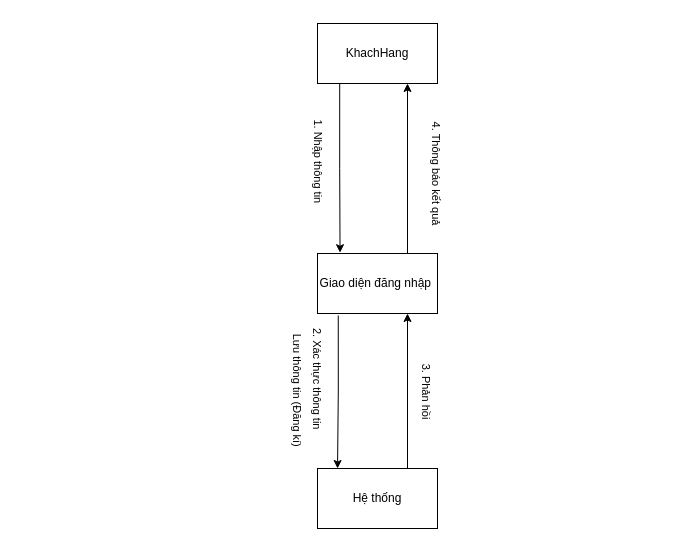
Above: collaboration_QLKH.drawio in Laurizine/Software_Tecnology (draw.io), before the change. Source tidied: cells renumbered, new cells numbered last; positions are measured from the earlier drawing's top-left corner, leaving out a move shared by most shapes. Both pictures are drawn from the tidied source at 100%, with x=0, y=0 at pixel (317, 23).
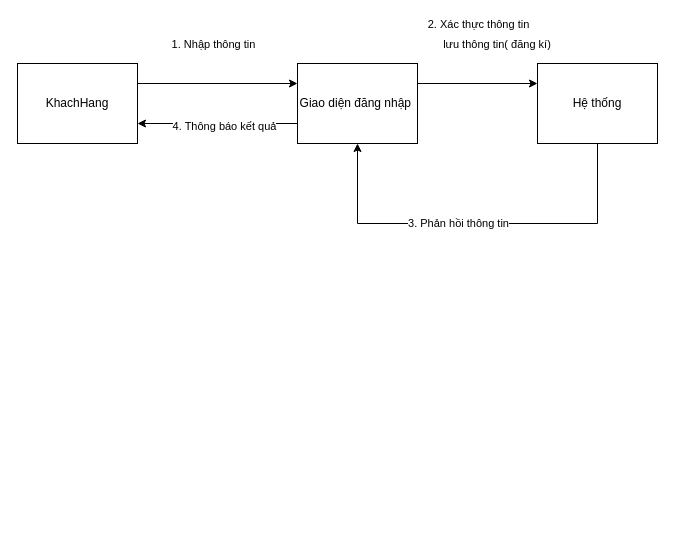
After the change.

Commit message:
Cập nhật collaboration_QLKH.drawio

Change to the diagram source:
```diff
@@
 <mxGraphModel>
   <root>
     <mxCell id="0" />
     <mxCell id="1" parent="0" />
-    <mxCell id="2" style="edgeStyle=orthogonalEdgeStyle;rounded=0;jettySize=auto;html=1;exitX=0.185;exitY=1;exitDx=0;exitDy=0;exitPerimeter=0;entryX=0.188;entryY=-0.013;entryDx=0;entryDy=0;entryPerimeter=0;" parent="1" edge="1" source="4" target="7">
+    <mxCell id="2" style="edgeStyle=orthogonalEdgeStyle;rounded=0;jettySize=auto;html=1;exitX=1;exitY=0.25;exitDx=0;exitDy=0;entryX=0;entryY=0.25;entryDx=0;entryDy=0;" parent="1" edge="1" source="4" target="7">
       <mxGeometry relative="1" as="geometry" />
     </mxCell>
-    <mxCell id="3" value="1. Nhập thông tin" style="edgeLabel;html=1;align=center;verticalAlign=middle;rotation=90;" parent="2" vertex="1">
-      <mxGeometry x="-0.17" y="-1" relative="1" as="geometry">
-        <mxPoint x="-19" y="7" as="offset" />
+    <mxCell id="3" value="1. Nhập thông tin" style="edgeLabel;html=1;align=center;verticalAlign=middle;" parent="2" vertex="1">
+      <mxGeometry x="-0.24" relative="1" as="geometry">
+        <mxPoint x="14" y="-40" as="offset" />
       </mxGeometry>
     </mxCell>
     <mxCell id="4" value="KhachHang" style="rounded=0;whiteSpace=wrap;html=1;" parent="1" vertex="1">
-      <mxGeometry width="120" height="60" as="geometry" />
+      <mxGeometry x="-300" y="40" width="120" height="80" as="geometry" />
     </mxCell>
+    <mxCell id="11" style="edgeStyle=orthogonalEdgeStyle;rounded=0;jettySize=auto;html=1;entryX=0;entryY=0.25;entryDx=0;entryDy=0;exitX=1;exitY=0.25;exitDx=0;exitDy=0;" parent="1" edge="1" source="7" target="10">
+      <mxGeometry relative="1" as="geometry" />
+    </mxCell>
+    <mxCell id="12" value="2. Xác thực thông tin" style="edgeLabel;html=1;align=center;verticalAlign=middle;" parent="11" vertex="1">
+      <mxGeometry x="-0.2" y="-3" relative="1" as="geometry">
+        <mxPoint x="12" y="-63" as="offset" />
+      </mxGeometry>
+    </mxCell>
+    <mxCell id="14" value="lưu thông tin( đăng kí)&amp;nbsp;" style="edgeLabel;html=1;align=center;verticalAlign=middle;" parent="11" vertex="1">
+      <mxGeometry x="0.26" y="2" relative="1" as="geometry">
+        <mxPoint x="4" y="-38" as="offset" />
+      </mxGeometry>
+    </mxCell>
-    <mxCell id="5" style="edgeStyle=orthogonalEdgeStyle;rounded=0;jettySize=auto;html=1;entryX=0.75;entryY=1;entryDx=0;entryDy=0;exitX=0.75;exitY=0;exitDx=0;exitDy=0;" parent="1" edge="1" source="7" target="4">
+    <mxCell id="5" style="edgeStyle=orthogonalEdgeStyle;rounded=0;jettySize=auto;html=1;entryX=1;entryY=0.75;entryDx=0;entryDy=0;exitX=0;exitY=0.75;exitDx=0;exitDy=0;" parent="1" edge="1" source="7" target="4">
       <mxGeometry relative="1" as="geometry" />
     </mxCell>
-    <mxCell id="6" value="4. Thông báo kết quả" style="edgeLabel;html=1;align=center;verticalAlign=middle;rotation=90;" parent="5" vertex="1">
-      <mxGeometry x="-0.15" relative="1" as="geometry">
-        <mxPoint x="30" y="-9" as="offset" />
-      </mxGeometry>
+    <mxCell id="6" value="4. Thông báo kết quả" style="edgeLabel;html=1;align=center;verticalAlign=middle;" parent="5" vertex="1">
+      <mxGeometry x="-0.08" y="2" relative="1" as="geometry" />
     </mxCell>
     <mxCell id="7" value="Giao diện đăng nhập&amp;nbsp;" style="rounded=0;whiteSpace=wrap;html=1;" parent="1" vertex="1">
-      <mxGeometry y="230" width="120" height="60" as="geometry" />
+      <mxGeometry x="-20" y="40" width="120" height="80" as="geometry" />
     </mxCell>
-    <mxCell id="8" style="edgeStyle=orthogonalEdgeStyle;rounded=0;jettySize=auto;html=1;entryX=0.75;entryY=1;entryDx=0;entryDy=0;exitX=0.75;exitY=0;exitDx=0;exitDy=0;" parent="1" edge="1" source="10" target="7">
-      <mxGeometry relative="1" as="geometry" />
+    <mxCell id="8" style="edgeStyle=orthogonalEdgeStyle;rounded=0;jettySize=auto;html=1;entryX=0.5;entryY=1;entryDx=0;entryDy=0;" parent="1" edge="1" source="10" target="7">
+      <mxGeometry relative="1" as="geometry">
+        <Array as="points">
+          <mxPoint x="280" y="200" />
+          <mxPoint x="40" y="200" />
+        </Array>
+      </mxGeometry>
     </mxCell>
-    <mxCell id="9" value="3. Phản hồi" style="edgeLabel;html=1;align=center;verticalAlign=middle;rotation=90;" parent="8" vertex="1">
-      <mxGeometry x="0.07" y="2" relative="1" as="geometry">
-        <mxPoint x="22" y="5" as="offset" />
-      </mxGeometry>
-    </mxCell>
+    <mxCell id="15" value="3. Phản hồi thông tin" style="edgeLabel;html=1;align=center;verticalAlign=middle;" parent="8" vertex="1">
+      <mxGeometry x="0.1" y="-1" relative="1" as="geometry" />
+    </mxCell>
     <mxCell id="10" value="Hệ thống" style="rounded=0;whiteSpace=wrap;html=1;" parent="1" vertex="1">
-      <mxGeometry y="445" width="120" height="60" as="geometry" />
+      <mxGeometry x="220" y="40" width="120" height="80" as="geometry" />
     </mxCell>
-    <mxCell id="11" style="edgeStyle=orthogonalEdgeStyle;rounded=0;jettySize=auto;html=1;entryX=0.167;entryY=0;entryDx=0;entryDy=0;entryPerimeter=0;exitX=0.173;exitY=1.033;exitDx=0;exitDy=0;exitPerimeter=0;" parent="1" edge="1" source="7" target="10">
-      <mxGeometry relative="1" as="geometry" />
-    </mxCell>
-    <mxCell id="12" value="2. Xác thực thông tin" style="edgeLabel;html=1;align=center;verticalAlign=middle;rotation=90;" parent="11" vertex="1">
-      <mxGeometry x="-0.18" y="2" relative="1" as="geometry">
-        <mxPoint x="-23" as="offset" />
-      </mxGeometry>
-    </mxCell>
-    <mxCell id="13" value="&amp;nbsp;Lưu thông tin (Đăng kí)" style="edgeLabel;html=1;align=center;verticalAlign=middle;rotation=90;" parent="11" vertex="1">
-      <mxGeometry x="-0.31" y="1" relative="1" as="geometry">
-        <mxPoint x="-42" y="20" as="offset" />
-      </mxGeometry>
-    </mxCell>
   </root>
 </mxGraphModel>
```
